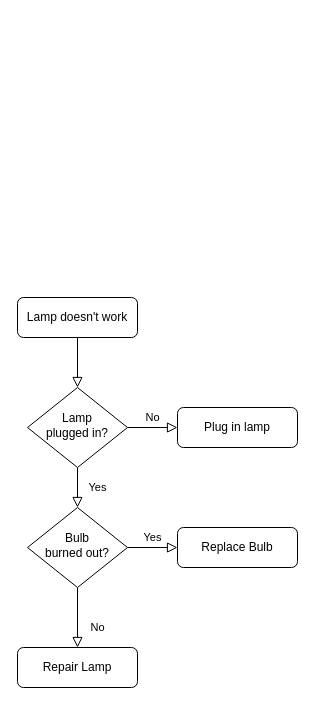
Before: 自动打标流程图.drawio in yang981209/gitskills, a draw.io diagram. Source tidied: cells renumbered, new cells numbered last; positions are measured from the earlier drawing's top-left corner, leaving out a move shared by most shapes. Both pictures are drawn from the tidied source at 100%, with x=0, y=0 at pixel (17, 297).
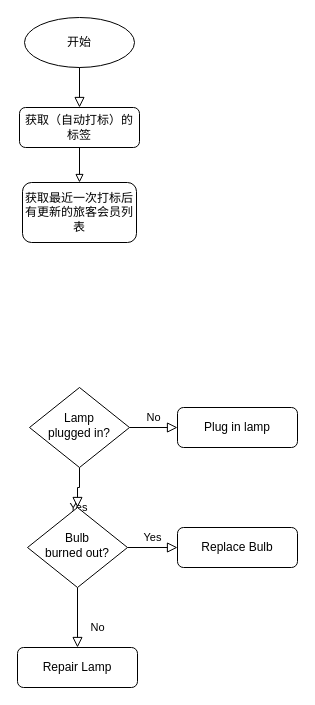
The same page after the edit.

Commit message (it also covers changes not shown here):
更新自动打标流程图.drawio

The edit, as a diff of the source:
```diff
@@
 <mxGraphModel>
   <root>
     <mxCell id="0" />
     <mxCell id="1" parent="0" />
-    <mxCell id="2" style="rounded=0;html=1;jettySize=auto;fontSize=11;endArrow=block;endFill=0;endSize=8;strokeWidth=1;shadow=0;labelBackgroundColor=none;edgeStyle=orthogonalEdgeStyle;" parent="1" edge="1" source="3" target="6">
-      <mxGeometry relative="1" as="geometry" />
-    </mxCell>
+    <mxCell id="13" style="edgeStyle=orthogonalEdgeStyle;rounded=0;jettySize=auto;html=1;exitX=0.5;exitY=1;exitDx=0;exitDy=0;endArrow=block;strokeColor=default;endFill=0;" parent="1" edge="1" source="3" target="16">
+      <mxGeometry relative="1" as="geometry" />
+    </mxCell>
-    <mxCell id="3" value="Lamp doesn't work" style="rounded=1;whiteSpace=wrap;html=1;fontSize=12;glass=0;strokeWidth=1;shadow=0;" parent="1" vertex="1">
-      <mxGeometry width="120" height="40" as="geometry" />
+    <mxCell id="3" value="获取（自动打标）的标签" style="rounded=1;whiteSpace=wrap;html=1;fontSize=12;glass=0;strokeWidth=1;shadow=0;" parent="1" vertex="1">
+      <mxGeometry x="2" y="-190" width="120" height="40" as="geometry" />
     </mxCell>
     <mxCell id="4" value="Yes" style="rounded=0;html=1;jettySize=auto;fontSize=11;endArrow=block;endFill=0;endSize=8;strokeWidth=1;shadow=0;labelBackgroundColor=none;edgeStyle=orthogonalEdgeStyle;" parent="1" edge="1" source="6" target="10">
       <mxGeometry y="20" relative="1" as="geometry" />
     </mxCell>
     <mxCell id="5" value="No" style="edgeStyle=orthogonalEdgeStyle;rounded=0;html=1;jettySize=auto;fontSize=11;endArrow=block;endFill=0;endSize=8;strokeWidth=1;shadow=0;labelBackgroundColor=none;" parent="1" edge="1" source="6" target="7">
       <mxGeometry y="10" relative="1" as="geometry" />
     </mxCell>
     <mxCell id="6" value="Lamp&lt;br&gt;plugged in?" style="rhombus;whiteSpace=wrap;html=1;shadow=0;fontFamily=Helvetica;fontSize=12;align=center;strokeWidth=1;spacing=6;spacingTop=-4;" parent="1" vertex="1">
-      <mxGeometry x="10" y="90" width="100" height="80" as="geometry" />
+      <mxGeometry x="12" y="90" width="100" height="80" as="geometry" />
     </mxCell>
     <mxCell id="7" value="Plug in lamp" style="rounded=1;whiteSpace=wrap;html=1;fontSize=12;glass=0;strokeWidth=1;shadow=0;" parent="1" vertex="1">
       <mxGeometry x="160" y="110" width="120" height="40" as="geometry" />
     </mxCell>
     <mxCell id="8" value="No" style="rounded=0;html=1;jettySize=auto;fontSize=11;endArrow=block;endFill=0;endSize=8;strokeWidth=1;shadow=0;labelBackgroundColor=none;edgeStyle=orthogonalEdgeStyle;" parent="1" edge="1" source="10" target="11">
       <mxGeometry x="0.33" y="20" relative="1" as="geometry" />
     </mxCell>
     <mxCell id="9" value="Yes" style="edgeStyle=orthogonalEdgeStyle;rounded=0;html=1;jettySize=auto;fontSize=11;endArrow=block;endFill=0;endSize=8;strokeWidth=1;shadow=0;labelBackgroundColor=none;" parent="1" edge="1" source="10" target="12">
       <mxGeometry y="10" relative="1" as="geometry" />
     </mxCell>
     <mxCell id="10" value="Bulb&lt;br&gt;burned out?" style="rhombus;whiteSpace=wrap;html=1;shadow=0;fontFamily=Helvetica;fontSize=12;align=center;strokeWidth=1;spacing=6;spacingTop=-4;" parent="1" vertex="1">
       <mxGeometry x="10" y="210" width="100" height="80" as="geometry" />
     </mxCell>
     <mxCell id="11" value="Repair Lamp" style="rounded=1;whiteSpace=wrap;html=1;fontSize=12;glass=0;strokeWidth=1;shadow=0;" parent="1" vertex="1">
       <mxGeometry y="350" width="120" height="40" as="geometry" />
     </mxCell>
     <mxCell id="12" value="Replace Bulb" style="rounded=1;whiteSpace=wrap;html=1;fontSize=12;glass=0;strokeWidth=1;shadow=0;" parent="1" vertex="1">
       <mxGeometry x="160" y="230" width="120" height="40" as="geometry" />
     </mxCell>
+    <mxCell id="14" value="开始" style="ellipse;whiteSpace=wrap;html=1;" parent="1" vertex="1">
+      <mxGeometry x="7" y="-280" width="110" height="50" as="geometry" />
+    </mxCell>
+    <mxCell id="15" style="rounded=0;html=1;jettySize=auto;fontSize=11;endArrow=block;endFill=0;endSize=8;strokeWidth=1;shadow=0;labelBackgroundColor=none;edgeStyle=orthogonalEdgeStyle;" parent="1" edge="1" source="14" target="3">
+      <mxGeometry relative="1" as="geometry" />
+    </mxCell>
+    <mxCell id="16" value="获取最近一次打标后有更新的旅客会员列表" style="rounded=1;whiteSpace=wrap;html=1;gradientColor=none;" parent="1" vertex="1">
+      <mxGeometry x="5" y="-115" width="114" height="60" as="geometry" />
+    </mxCell>
   </root>
 </mxGraphModel>
```
